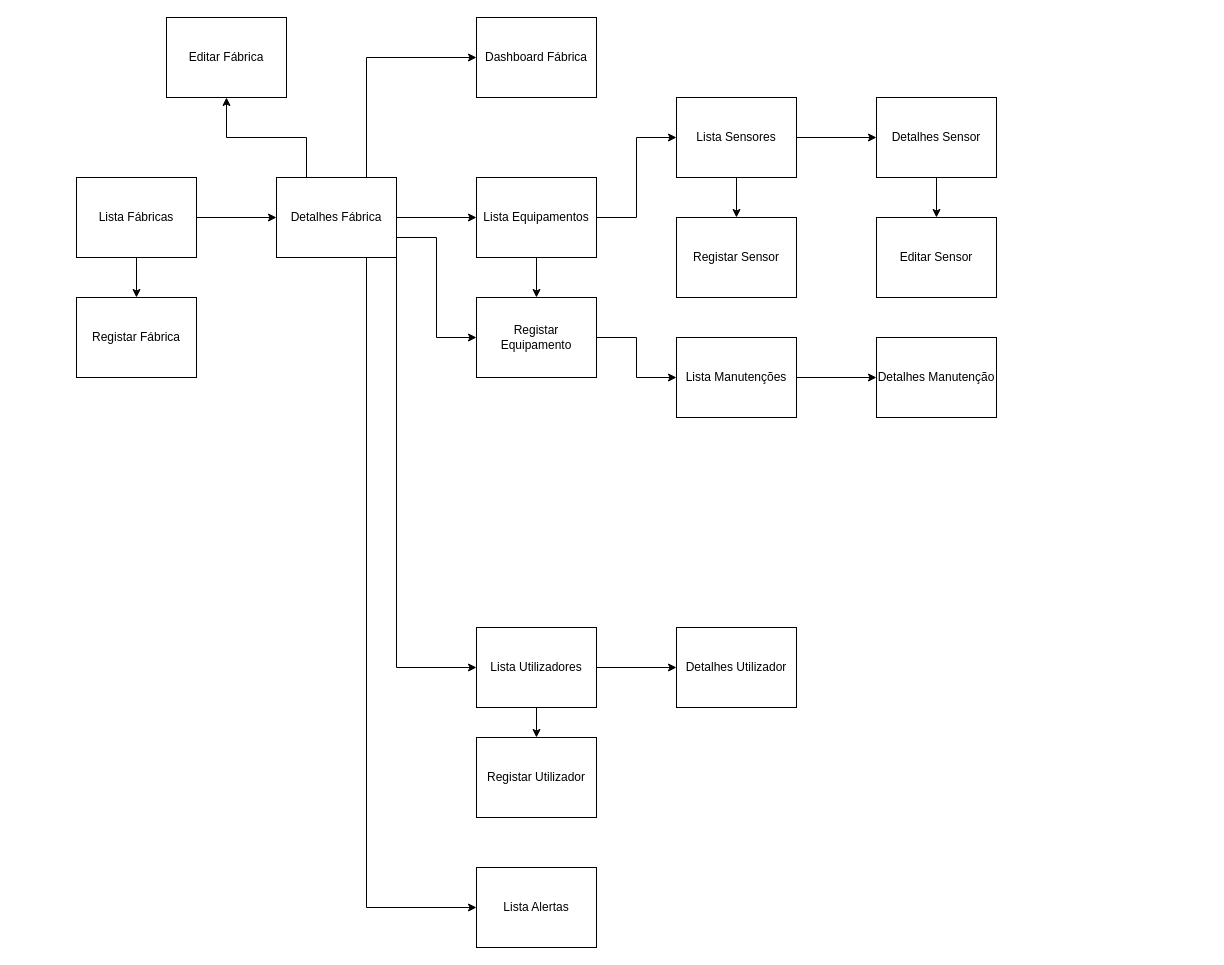
Before: Untitled Diagram.drawio in Rodrigo-Tiago/Rodrigo-Tiago, a draw.io diagram. Source tidied: cells renumbered, new cells numbered last; positions are measured from the earlier drawing's top-left corner, leaving out a move shared by most shapes. Both pictures are drawn from the tidied source at 100%, with x=0, y=0 at pixel (76, 17).
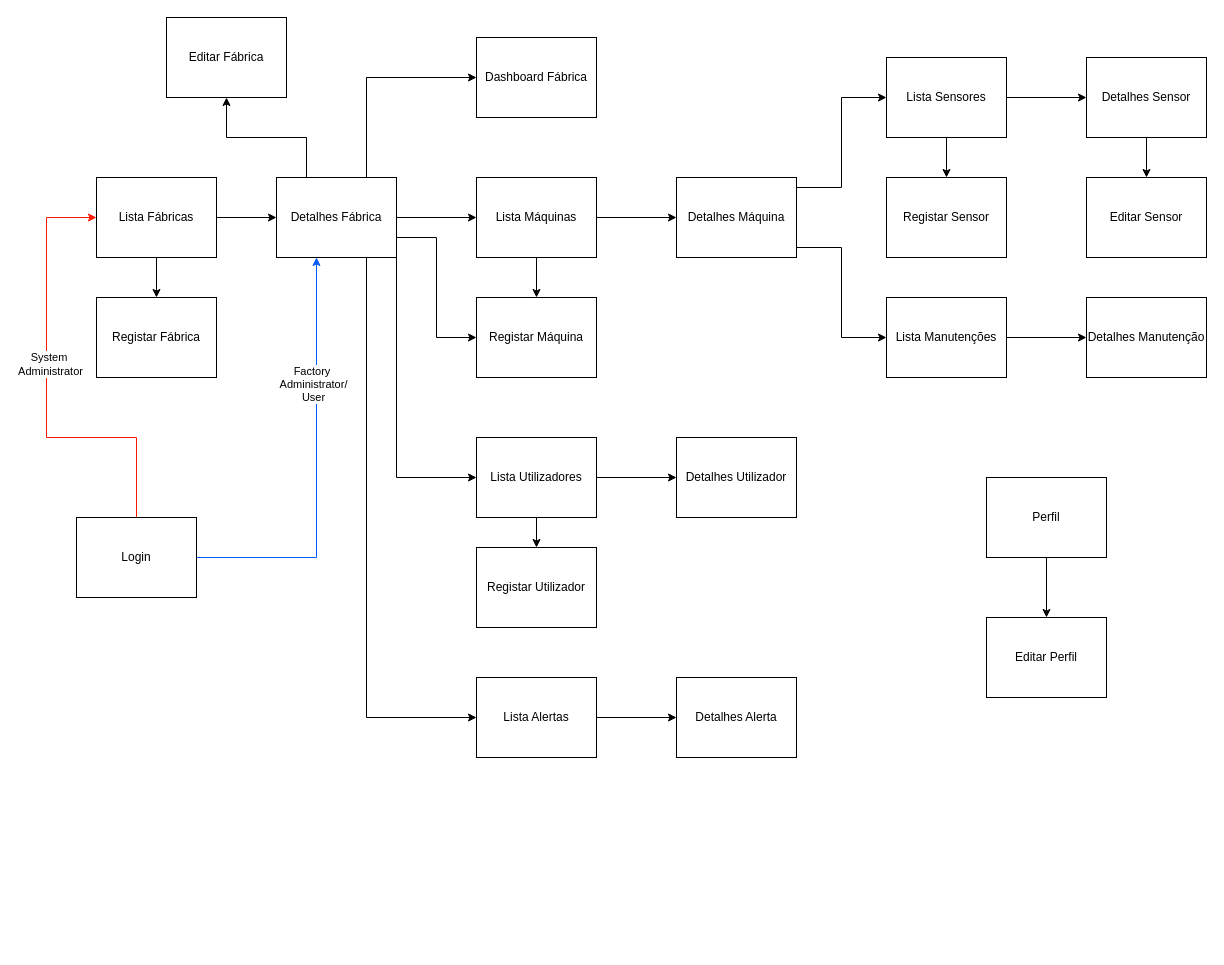
The same page after the edit.

The change refers to these unchanged cells:
```xml
<mxCell id="11" value="Detalhes Fábrica" style="rounded=0;whiteSpace=wrap;html=1;" parent="1" vertex="1">
  <mxGeometry x="200" y="160" width="120" height="80" as="geometry" />
</mxCell>
```

Change to the diagram source:
```diff
@@
     <mxCell id="4" value="Lista Fábricas" style="rounded=0;whiteSpace=wrap;html=1;" parent="1" vertex="1">
-      <mxGeometry y="160" width="120" height="80" as="geometry" />
+      <mxGeometry x="20" y="160" width="120" height="80" as="geometry" />
     </mxCell>
@@
     <mxCell id="12" value="Registar Fábrica" style="rounded=0;whiteSpace=wrap;html=1;" parent="1" vertex="1">
-      <mxGeometry y="280" width="120" height="80" as="geometry" />
+      <mxGeometry x="20" y="280" width="120" height="80" as="geometry" />
     </mxCell>
@@
     <mxCell id="14" value="Dashboard Fábrica" style="rounded=0;whiteSpace=wrap;html=1;" parent="1" vertex="1">
-      <mxGeometry x="400" width="120" height="80" as="geometry" />
+      <mxGeometry x="400" y="20" width="120" height="80" as="geometry" />
     </mxCell>
@@
-    <mxCell id="16" style="edgeStyle=orthogonalEdgeStyle;rounded=0;jettySize=auto;html=1;exitX=1;exitY=0.5;exitDx=0;exitDy=0;entryX=0;entryY=0.5;entryDx=0;entryDy=0;" parent="1" edge="1" source="17" target="22">
-      <mxGeometry relative="1" as="geometry" />
-    </mxCell>
+    <mxCell id="36" style="edgeStyle=orthogonalEdgeStyle;rounded=0;jettySize=auto;html=1;exitX=1;exitY=0.5;exitDx=0;exitDy=0;entryX=0;entryY=0.5;entryDx=0;entryDy=0;" parent="1" edge="1" source="17" target="42">
+      <mxGeometry relative="1" as="geometry" />
+    </mxCell>
-    <mxCell id="17" value="Lista Equipamentos" style="rounded=0;whiteSpace=wrap;html=1;" parent="1" vertex="1">
+    <mxCell id="17" value="Lista Máquinas" style="rounded=0;whiteSpace=wrap;html=1;" parent="1" vertex="1">
       <mxGeometry x="400" y="160" width="120" height="80" as="geometry" />
     </mxCell>
-    <mxCell id="18" style="edgeStyle=orthogonalEdgeStyle;rounded=0;jettySize=auto;html=1;exitX=1;exitY=0.5;exitDx=0;exitDy=0;entryX=0;entryY=0.5;entryDx=0;entryDy=0;" parent="1" edge="1" source="19" target="34">
-      <mxGeometry relative="1" as="geometry" />
-    </mxCell>
-    <mxCell id="19" value="Registar Equipamento" style="rounded=0;whiteSpace=wrap;html=1;" parent="1" vertex="1">
+    <mxCell id="19" value="Registar Máquina" style="rounded=0;whiteSpace=wrap;html=1;" parent="1" vertex="1">
       <mxGeometry x="400" y="280" width="120" height="80" as="geometry" />
     </mxCell>
@@
     <mxCell id="22" value="Lista Sensores" style="rounded=0;whiteSpace=wrap;html=1;" parent="1" vertex="1">
-      <mxGeometry x="600" y="80" width="120" height="80" as="geometry" />
+      <mxGeometry x="810" y="40" width="120" height="80" as="geometry" />
     </mxCell>
@@
     <mxCell id="24" value="Detalhes Sensor" style="rounded=0;whiteSpace=wrap;html=1;" parent="1" vertex="1">
-      <mxGeometry x="800" y="80" width="120" height="80" as="geometry" />
+      <mxGeometry x="1010" y="40" width="120" height="80" as="geometry" />
     </mxCell>
     <mxCell id="25" value="Editar Sensor" style="rounded=0;whiteSpace=wrap;html=1;" parent="1" vertex="1">
-      <mxGeometry x="800" y="200" width="120" height="80" as="geometry" />
+      <mxGeometry x="1010" y="160" width="120" height="80" as="geometry" />
     </mxCell>
     <mxCell id="26" value="Registar Sensor" style="rounded=0;whiteSpace=wrap;html=1;" parent="1" vertex="1">
-      <mxGeometry x="600" y="200" width="120" height="80" as="geometry" />
+      <mxGeometry x="810" y="160" width="120" height="80" as="geometry" />
     </mxCell>
@@
     <mxCell id="29" value="Lista Utilizadores" style="rounded=0;whiteSpace=wrap;html=1;" parent="1" vertex="1">
-      <mxGeometry x="400" y="610" width="120" height="80" as="geometry" />
+      <mxGeometry x="400" y="420" width="120" height="80" as="geometry" />
     </mxCell>
     <mxCell id="30" value="&lt;div&gt;Lista Alertas&lt;/div&gt;" style="rounded=0;whiteSpace=wrap;html=1;" parent="1" vertex="1">
-      <mxGeometry x="400" y="850" width="120" height="80" as="geometry" />
+      <mxGeometry x="400" y="660" width="120" height="80" as="geometry" />
     </mxCell>
     <mxCell id="31" value="Detalhes Utilizador" style="rounded=0;whiteSpace=wrap;html=1;" parent="1" vertex="1">
-      <mxGeometry x="600" y="610" width="120" height="80" as="geometry" />
+      <mxGeometry x="600" y="420" width="120" height="80" as="geometry" />
     </mxCell>
     <mxCell id="32" value="Registar Utilizador" style="rounded=0;whiteSpace=wrap;html=1;" parent="1" vertex="1">
-      <mxGeometry x="400" y="720" width="120" height="80" as="geometry" />
+      <mxGeometry x="400" y="530" width="120" height="80" as="geometry" />
     </mxCell>
@@
     <mxCell id="34" value="Lista Manutenções" style="rounded=0;whiteSpace=wrap;html=1;" parent="1" vertex="1">
-      <mxGeometry x="600" y="320" width="120" height="80" as="geometry" />
+      <mxGeometry x="810" y="280" width="120" height="80" as="geometry" />
     </mxCell>
     <mxCell id="35" value="Detalhes Manutenção" style="rounded=0;whiteSpace=wrap;html=1;" parent="1" vertex="1">
-      <mxGeometry x="800" y="320" width="120" height="80" as="geometry" />
+      <mxGeometry x="1010" y="280" width="120" height="80" as="geometry" />
     </mxCell>
+    <mxCell id="37" style="edgeStyle=orthogonalEdgeStyle;rounded=0;jettySize=auto;html=1;exitX=0.5;exitY=1;exitDx=0;exitDy=0;" parent="1" edge="1" source="38" target="39">
+      <mxGeometry relative="1" as="geometry" />
+    </mxCell>
+    <mxCell id="38" value="Perfil" style="rounded=0;whiteSpace=wrap;html=1;" parent="1" vertex="1">
+      <mxGeometry x="910" y="460" width="120" height="80" as="geometry" />
+    </mxCell>
+    <mxCell id="39" value="Editar Perfil" style="rounded=0;whiteSpace=wrap;html=1;" parent="1" vertex="1">
+      <mxGeometry x="910" y="600" width="120" height="80" as="geometry" />
+    </mxCell>
+    <mxCell id="40" style="edgeStyle=orthogonalEdgeStyle;rounded=0;jettySize=auto;html=1;exitX=1;exitY=0.5;exitDx=0;exitDy=0;entryX=0;entryY=0.5;entryDx=0;entryDy=0;" parent="1" edge="1" source="42" target="22">
+      <mxGeometry relative="1" as="geometry">
+        <Array as="points">
+          <mxPoint x="720" y="170" />
+          <mxPoint x="765" y="170" />
+          <mxPoint x="765" y="80" />
+        </Array>
+      </mxGeometry>
+    </mxCell>
+    <mxCell id="41" style="edgeStyle=orthogonalEdgeStyle;rounded=0;jettySize=auto;html=1;exitX=1;exitY=0.5;exitDx=0;exitDy=0;entryX=0;entryY=0.5;entryDx=0;entryDy=0;" parent="1" edge="1" source="42" target="34">
+      <mxGeometry relative="1" as="geometry">
+        <Array as="points">
+          <mxPoint x="720" y="230" />
+          <mxPoint x="765" y="230" />
+          <mxPoint x="765" y="320" />
+        </Array>
+      </mxGeometry>
+    </mxCell>
+    <mxCell id="42" value="Detalhes Máquina" style="rounded=0;whiteSpace=wrap;html=1;" parent="1" vertex="1">
+      <mxGeometry x="600" y="160" width="120" height="80" as="geometry" />
+    </mxCell>
+    <mxCell id="43" value="&lt;div&gt;Detalhes Alerta&lt;/div&gt;" style="rounded=0;whiteSpace=wrap;html=1;" parent="1" vertex="1">
+      <mxGeometry x="600" y="660" width="120" height="80" as="geometry" />
+    </mxCell>
+    <mxCell id="44" style="edgeStyle=orthogonalEdgeStyle;rounded=0;jettySize=auto;html=1;exitX=1;exitY=0.5;exitDx=0;exitDy=0;entryX=0;entryY=0.5;entryDx=0;entryDy=0;" parent="1" edge="1" source="30" target="43">
+      <mxGeometry relative="1" as="geometry" />
+    </mxCell>
+    <mxCell id="45" style="edgeStyle=orthogonalEdgeStyle;rounded=0;jettySize=auto;html=1;exitX=1;exitY=0.5;exitDx=0;exitDy=0;fillColor=#ffcccc;strokeColor=#005CFA;" parent="1" edge="1" source="49" target="11">
+      <mxGeometry relative="1" as="geometry">
+        <Array as="points">
+          <mxPoint x="240" y="540" />
+        </Array>
+      </mxGeometry>
+    </mxCell>
+    <mxCell id="46" value="&lt;div&gt;Factory&amp;nbsp;&lt;/div&gt;&lt;div&gt;Administrator/&lt;/div&gt;&lt;div&gt;User&lt;br&gt;&lt;/div&gt;" style="edgeLabel;html=1;align=center;verticalAlign=middle;" parent="45" vertex="1">
+      <mxGeometry x="0.4" y="4" relative="1" as="geometry" />
+    </mxCell>
+    <mxCell id="47" style="edgeStyle=orthogonalEdgeStyle;rounded=0;jettySize=auto;html=1;exitX=0.5;exitY=0;exitDx=0;exitDy=0;entryX=0;entryY=0.5;entryDx=0;entryDy=0;fillColor=#6a00ff;strokeColor=#FC1900;" parent="1" edge="1" source="49" target="4">
+      <mxGeometry relative="1" as="geometry">
+        <Array as="points">
+          <mxPoint x="60" y="420" />
+          <mxPoint x="-30" y="420" />
+          <mxPoint x="-30" y="200" />
+        </Array>
+      </mxGeometry>
+    </mxCell>
+    <mxCell id="48" value="&lt;div&gt;System&amp;nbsp;&lt;/div&gt;&lt;div&gt;Administrator&lt;/div&gt;" style="edgeLabel;html=1;align=center;verticalAlign=middle;" parent="47" vertex="1">
+      <mxGeometry x="0.11" y="-3" relative="1" as="geometry" />
+    </mxCell>
+    <mxCell id="49" value="Login" style="rounded=0;whiteSpace=wrap;html=1;" parent="1" vertex="1">
+      <mxGeometry y="500" width="120" height="80" as="geometry" />
+    </mxCell>
```
